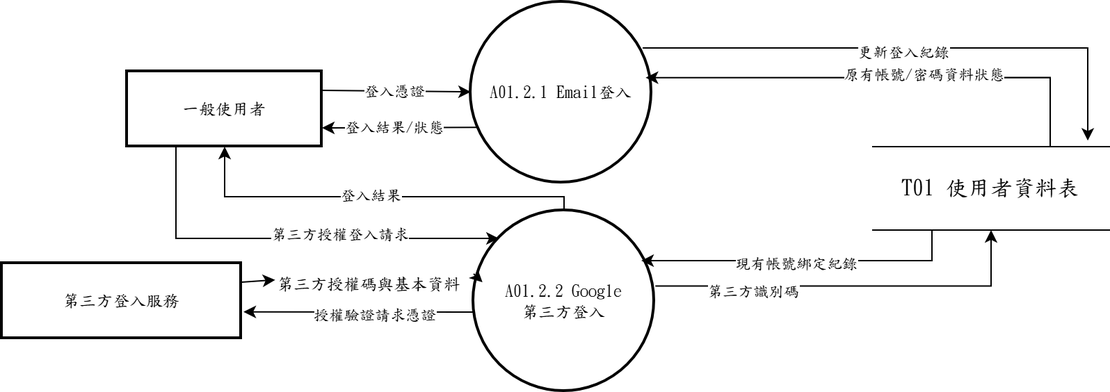
This is 系統文件/第6章/DFD圖/圖1/新/圖1-2.drawio.png from s22452007/115502, a draw.io export, as it was before one commit. Source tidied: cells renumbered, new cells last; positions are measured from the earlier drawing's top-left corner, leaving out a move shared by most shapes.
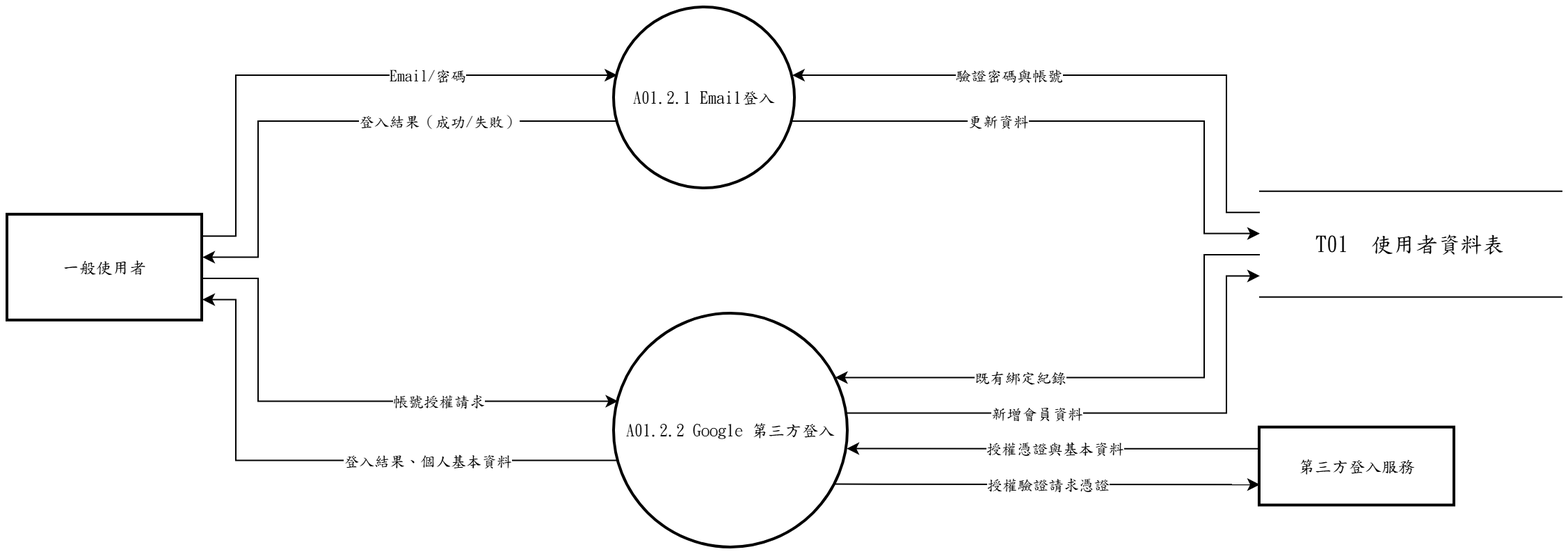
Above is the later version.

Change to the diagram source:
```diff
@@ -1,101 +1,121 @@
 <mxGraphModel>
   <root>
-    <mxCell id="0" />
-    <mxCell id="1" parent="0" />
-    <mxCell id="2" style="edgeStyle=none;rounded=0;jettySize=auto;html=1;exitX=1;exitY=0.25;exitDx=0;exitDy=0;" parent="1" edge="1" source="6" target="17">
-      <mxGeometry relative="1" as="geometry" />
-    </mxCell>
-    <mxCell id="3" value="登入憑證" style="edgeLabel;html=1;align=center;verticalAlign=middle;fontFamily=標楷體;" parent="2" vertex="1">
-      <mxGeometry x="-0.04" y="1" relative="1" as="geometry" />
-    </mxCell>
-    <mxCell id="4" style="edgeStyle=orthogonalEdgeStyle;rounded=0;jettySize=auto;html=1;exitX=0.25;exitY=1;exitDx=0;exitDy=0;" parent="1" edge="1" source="6" target="14">
-      <mxGeometry relative="1" as="geometry">
-        <Array as="points">
-          <mxPoint x="125" y="170" />
-        </Array>
-      </mxGeometry>
-    </mxCell>
-    <mxCell id="5" value="第三方授權登入請求" style="edgeLabel;html=1;align=center;verticalAlign=middle;fontFamily=標楷體;" parent="4" vertex="1">
-      <mxGeometry x="0.23" y="4" relative="1" as="geometry" />
-    </mxCell>
+    <mxCell id="28" />
+    <mxCell id="29" parent="28" />
+    <mxCell id="17" value="A01.2.1 Email登入" style="ellipse;strokeWidth=2;whiteSpace=wrap;html=1;fontFamily=標楷體;" parent="29" vertex="1">
+      <mxGeometry x="-54" y="-170" width="130" height="130" as="geometry" />
+    </mxCell>
+    <mxCell id="14" value="A01.2.2 Google 第三方登入" style="ellipse;strokeWidth=2;whiteSpace=wrap;html=1;fontFamily=標楷體;" parent="29" vertex="1">
+      <mxGeometry x="-54" y="50" width="168" height="168" as="geometry" />
+    </mxCell>
-    <mxCell id="6" value="一般使用者" style="whiteSpace=wrap;strokeWidth=2;fontFamily=標楷體;" parent="1" vertex="1">
-      <mxGeometry x="90" y="50" width="140" height="54" as="geometry" />
+    <mxCell id="6" value="一般使用者" style="whiteSpace=wrap;strokeWidth=2;html=1;fontFamily=標楷體;" parent="29" vertex="1">
+      <mxGeometry x="-490" y="-21.1" width="140" height="76" as="geometry" />
     </mxCell>
-    <mxCell id="7" value="&lt;span lang=&quot;EN-US&quot; style=&quot;font-size: 12pt;&quot;&gt;T01&amp;nbsp;&lt;/span&gt;&lt;span style=&quot;font-size: 12pt;&quot;&gt;使用者資料表&lt;/span&gt;" style="shape=partialRectangle;whiteSpace=wrap;html=1;left=0;right=0;fontFamily=標楷體;" parent="1" vertex="1">
-      <mxGeometry x="626" y="104" width="170" height="60" as="geometry" />
+    <mxCell id="7" value="T01  使用者資料表" style="shape=partialRectangle;whiteSpace=wrap;html=1;left=0;right=0;fontFamily=標楷體;fontSize=16;" parent="29" vertex="1">
+      <mxGeometry x="410" y="-38.1" width="217" height="76" as="geometry" />
     </mxCell>
-    <mxCell id="8" style="edgeStyle=none;rounded=0;jettySize=auto;html=1;exitX=0;exitY=0.5;exitDx=0;exitDy=0;entryX=1.009;entryY=0.646;entryDx=0;entryDy=0;entryPerimeter=0;" parent="1" edge="1" target="18">
-      <mxGeometry relative="1" as="geometry">
-        <mxPoint x="339" y="223" as="sourcePoint" />
-      </mxGeometry>
-    </mxCell>
+    <mxCell id="18" value="第三方登入服務" style="whiteSpace=wrap;strokeWidth=2;html=1;fontFamily=標楷體;" parent="29" vertex="1">
+      <mxGeometry x="410" y="131.8" width="140" height="56" as="geometry" />
+    </mxCell>
+    <mxCell id="2" style="edgeStyle=none;rounded=0;html=1;fontFamily=標楷體;endArrow=classic;exitX=1.0000;exitY=0.2000;exitDx=0;exitDy=0;exitPerimeter=0;entryX=0.0163;entryY=0.3733;entryDx=0;entryDy=0;entryPerimeter=0;" parent="29" edge="1" source="6" target="17">
+      <mxGeometry relative="1" as="geometry">
+        <Array as="points">
+          <mxPoint x="-326" y="-5.9" />
+          <mxPoint x="-326" y="-121.5" />
+        </Array>
+      </mxGeometry>
+    </mxCell>
+    <mxCell id="30" value="Email/密碼" style="edgeLabel;html=1;align=center;verticalAlign=middle;fontFamily=標楷體;" parent="2" vertex="1">
+      <mxGeometry x="0.34" relative="1" as="geometry" />
+    </mxCell>
+    <mxCell id="21" style="edgeStyle=none;rounded=0;html=1;fontFamily=標楷體;endArrow=classic;exitX=0.0000;exitY=0.2000;exitDx=0;exitDy=0;exitPerimeter=0;entryX=0.9837;entryY=0.3733;entryDx=0;entryDy=0;entryPerimeter=0;" parent="29" edge="1" source="7" target="17">
+      <mxGeometry relative="1" as="geometry">
+        <Array as="points">
+          <mxPoint x="386" y="-22.9" />
+          <mxPoint x="386" y="-121.5" />
+        </Array>
+      </mxGeometry>
+    </mxCell>
+    <mxCell id="31" value="驗證密碼與帳號" style="edgeLabel;html=1;align=center;verticalAlign=middle;fontFamily=標楷體;" parent="21" vertex="1">
+      <mxGeometry x="0.28" relative="1" as="geometry" />
+    </mxCell>
+    <mxCell id="15" style="edgeStyle=none;rounded=0;html=1;fontFamily=標楷體;endArrow=classic;exitX=0.0163;exitY=0.6267;exitDx=0;exitDy=0;exitPerimeter=0;entryX=1.0000;entryY=0.4000;entryDx=0;entryDy=0;entryPerimeter=0;" parent="29" edge="1" source="17" target="6">
+      <mxGeometry relative="1" as="geometry">
+        <Array as="points">
+          <mxPoint x="-310" y="-88.5" />
+          <mxPoint x="-310" y="9.3" />
+        </Array>
+      </mxGeometry>
+    </mxCell>
+    <mxCell id="32" value="登入結果（成功/失敗）" style="edgeLabel;html=1;align=center;verticalAlign=middle;fontFamily=標楷體;" parent="15" vertex="1">
+      <mxGeometry x="-0.35" relative="1" as="geometry" />
+    </mxCell>
+    <mxCell id="19" style="edgeStyle=none;rounded=0;html=1;fontFamily=標楷體;endArrow=classic;exitX=0.9837;exitY=0.6267;exitDx=0;exitDy=0;exitPerimeter=0;entryX=0.0000;entryY=0.4000;entryDx=0;entryDy=0;entryPerimeter=0;" parent="29" edge="1" source="17" target="7">
+      <mxGeometry relative="1" as="geometry">
+        <Array as="points">
+          <mxPoint x="370" y="-88.5" />
+          <mxPoint x="370" y="-7.7" />
+        </Array>
+      </mxGeometry>
+    </mxCell>
+    <mxCell id="33" value="更新資料" style="edgeLabel;html=1;align=center;verticalAlign=middle;fontFamily=標楷體;" parent="19" vertex="1">
+      <mxGeometry x="-0.29" relative="1" as="geometry" />
+    </mxCell>
+    <mxCell id="4" style="edgeStyle=none;rounded=0;html=1;fontFamily=標楷體;endArrow=classic;exitX=1.0000;exitY=0.6000;exitDx=0;exitDy=0;exitPerimeter=0;entryX=0.0163;entryY=0.3733;entryDx=0;entryDy=0;entryPerimeter=0;" parent="29" edge="1" source="6" target="14">
+      <mxGeometry relative="1" as="geometry">
+        <Array as="points">
+          <mxPoint x="-310" y="24.5" />
+          <mxPoint x="-310" y="112.7" />
+        </Array>
+      </mxGeometry>
+    </mxCell>
+    <mxCell id="34" value="帳號授權請求" style="edgeLabel;html=1;align=center;verticalAlign=middle;fontFamily=標楷體;" parent="4" vertex="1">
+      <mxGeometry x="0.33" relative="1" as="geometry" />
+    </mxCell>
+    <mxCell id="35" style="edgeStyle=none;rounded=0;html=1;fontFamily=標楷體;endArrow=classic;exitX=0.0000;exitY=0.2701;exitDx=0;exitDy=0;exitPerimeter=0;entryX=0.9942;entryY=0.5760;entryDx=0;entryDy=0;entryPerimeter=0;" parent="29" edge="1" source="18" target="14">
+      <mxGeometry relative="1" as="geometry" />
+    </mxCell>
+    <mxCell id="36" value="授權憑證與基本資料" style="edgeLabel;html=1;align=center;verticalAlign=middle;fontFamily=標楷體;" parent="35" vertex="1">
+      <mxGeometry relative="1" as="geometry" />
+    </mxCell>
+    <mxCell id="26" style="edgeStyle=none;rounded=0;html=1;fontFamily=標楷體;endArrow=classic;exitX=0.0000;exitY=0.6000;exitDx=0;exitDy=0;exitPerimeter=0;entryX=0.9450;entryY=0.2720;entryDx=0;entryDy=0;entryPerimeter=0;" parent="29" edge="1" source="7" target="14">
+      <mxGeometry relative="1" as="geometry">
+        <Array as="points">
+          <mxPoint x="370" y="7.5" />
+          <mxPoint x="370" y="95.7" />
+        </Array>
+      </mxGeometry>
+    </mxCell>
+    <mxCell id="37" value="既有綁定紀錄" style="edgeLabel;html=1;align=center;verticalAlign=middle;fontFamily=標楷體;" parent="26" vertex="1">
+      <mxGeometry x="0.33" relative="1" as="geometry" />
+    </mxCell>
+    <mxCell id="12" style="edgeStyle=none;rounded=0;html=1;fontFamily=標楷體;endArrow=classic;exitX=0.0163;exitY=0.6267;exitDx=0;exitDy=0;exitPerimeter=0;entryX=1.0000;entryY=0.8000;entryDx=0;entryDy=0;entryPerimeter=0;" parent="29" edge="1" source="14" target="6">
+      <mxGeometry relative="1" as="geometry">
+        <Array as="points">
+          <mxPoint x="-326" y="155.3" />
+          <mxPoint x="-326" y="39.7" />
+        </Array>
+      </mxGeometry>
+    </mxCell>
+    <mxCell id="38" value="登入結果、個人基本資料" style="edgeLabel;html=1;align=center;verticalAlign=middle;fontFamily=標楷體;" parent="12" vertex="1">
+      <mxGeometry x="-0.34" relative="1" as="geometry" />
+    </mxCell>
+    <mxCell id="39" style="edgeStyle=none;rounded=0;html=1;fontFamily=標楷體;endArrow=classic;exitX=0.9450;exitY=0.7280;exitDx=0;exitDy=0;exitPerimeter=0;entryX=0.0000;entryY=0.7299;entryDx=0;entryDy=0;entryPerimeter=0;" parent="29" edge="1" source="14" target="18">
+      <mxGeometry relative="1" as="geometry" />
+    </mxCell>
-    <mxCell id="9" value="授權驗證請求憑證" style="edgeLabel;html=1;align=center;verticalAlign=middle;fontFamily=標楷體;" parent="8" vertex="1">
-      <mxGeometry x="-0.32" y="2" relative="1" as="geometry">
-        <mxPoint x="-14" as="offset" />
-      </mxGeometry>
+    <mxCell id="9" value="授權驗證請求憑證" style="edgeLabel;html=1;align=center;verticalAlign=middle;fontFamily=標楷體;" parent="39" vertex="1">
+      <mxGeometry relative="1" as="geometry" />
     </mxCell>
-    <mxCell id="10" style="edgeStyle=orthogonalEdgeStyle;rounded=0;jettySize=auto;html=1;exitX=1.005;exitY=0.417;exitDx=0;exitDy=0;entryX=0.5;entryY=1;entryDx=0;entryDy=0;exitPerimeter=0;" parent="1" edge="1" source="14" target="7">
-      <mxGeometry relative="1" as="geometry" />
+    <mxCell id="10" style="edgeStyle=none;rounded=0;html=1;fontFamily=標楷體;endArrow=classic;exitX=0.9942;exitY=0.4240;exitDx=0;exitDy=0;exitPerimeter=0;entryX=0.0000;entryY=0.8000;entryDx=0;entryDy=0;entryPerimeter=0;" parent="29" edge="1" source="14" target="7">
+      <mxGeometry relative="1" as="geometry">
+        <Array as="points">
+          <mxPoint x="386" y="121.2" />
+          <mxPoint x="386" y="22.7" />
+        </Array>
+      </mxGeometry>
     </mxCell>
-    <mxCell id="11" value="第三方識別碼" style="edgeLabel;html=1;align=center;verticalAlign=middle;fontFamily=標楷體;" parent="10" vertex="1">
-      <mxGeometry x="-0.5" y="-3" relative="1" as="geometry" />
-    </mxCell>
-    <mxCell id="12" style="edgeStyle=orthogonalEdgeStyle;rounded=0;jettySize=auto;html=1;exitX=0.5;exitY=0;exitDx=0;exitDy=0;entryX=0.5;entryY=1;entryDx=0;entryDy=0;" parent="1" edge="1" source="14" target="6">
-      <mxGeometry relative="1" as="geometry">
-        <Array as="points">
-          <mxPoint x="404" y="140" />
-          <mxPoint x="160" y="140" />
-        </Array>
-      </mxGeometry>
-    </mxCell>
-    <mxCell id="13" value="登入結果" style="edgeLabel;html=1;align=center;verticalAlign=middle;fontFamily=標楷體;" parent="12" vertex="1">
-      <mxGeometry x="0.03" y="-2" relative="1" as="geometry" />
-    </mxCell>
-    <mxCell id="14" value="A01.2.2 Google&#10;第三方登入" style="ellipse;strokeWidth=2;whiteSpace=wrap;fontFamily=標楷體;" parent="1" vertex="1">
-      <mxGeometry x="339" y="150" width="130" height="130" as="geometry" />
-    </mxCell>
-    <mxCell id="15" style="edgeStyle=none;rounded=0;jettySize=auto;html=1;exitX=0.031;exitY=0.693;exitDx=0;exitDy=0;exitPerimeter=0;entryX=1;entryY=0.75;entryDx=0;entryDy=0;" parent="1" edge="1" source="17" target="6">
-      <mxGeometry relative="1" as="geometry" />
-    </mxCell>
-    <mxCell id="16" value="登入結果/狀態" style="edgeLabel;html=1;align=center;verticalAlign=middle;fontFamily=標楷體;" parent="15" vertex="1">
-      <mxGeometry x="0.08" y="-1" relative="1" as="geometry" />
-    </mxCell>
-    <mxCell id="17" value="A01.2.1 Email登入" style="ellipse;strokeWidth=2;whiteSpace=wrap;fontFamily=標楷體;" parent="1" vertex="1">
-      <mxGeometry x="337" width="130" height="130" as="geometry" />
-    </mxCell>
-    <mxCell id="18" value="第三方登入服務" style="whiteSpace=wrap;strokeWidth=2;fontFamily=標楷體;" parent="1" vertex="1">
-      <mxGeometry y="188" width="172" height="54" as="geometry" />
-    </mxCell>
-    <mxCell id="19" style="edgeStyle=orthogonalEdgeStyle;rounded=0;jettySize=auto;html=1;exitX=0.95;exitY=0.254;exitDx=0;exitDy=0;entryX=0.909;entryY=-0.072;entryDx=0;entryDy=0;entryPerimeter=0;exitPerimeter=0;" parent="1" edge="1" source="17" target="7">
-      <mxGeometry relative="1" as="geometry">
-        <Array as="points">
-          <mxPoint x="780" y="33" />
-        </Array>
-      </mxGeometry>
-    </mxCell>
-    <mxCell id="20" value="更新登入紀錄" style="edgeLabel;html=1;align=center;verticalAlign=middle;fontFamily=標楷體;" parent="19" vertex="1">
-      <mxGeometry x="-0.03" y="-2" relative="1" as="geometry" />
-    </mxCell>
-    <mxCell id="21" style="edgeStyle=orthogonalEdgeStyle;rounded=0;jettySize=auto;html=1;exitX=0.75;exitY=0;exitDx=0;exitDy=0;entryX=0.967;entryY=0.418;entryDx=0;entryDy=0;entryPerimeter=0;" parent="1" edge="1" source="7" target="17">
-      <mxGeometry relative="1" as="geometry" />
-    </mxCell>
-    <mxCell id="22" value="原有帳號/密碼資料狀態" style="edgeLabel;html=1;align=center;verticalAlign=middle;fontFamily=標楷體;" parent="21" vertex="1">
-      <mxGeometry x="-0.17" y="-3" relative="1" as="geometry" />
-    </mxCell>
-    <mxCell id="23" style="edgeStyle=none;rounded=0;jettySize=auto;html=1;exitX=1;exitY=0.25;exitDx=0;exitDy=0;entryX=0.049;entryY=0.396;entryDx=0;entryDy=0;entryPerimeter=0;" parent="1" edge="1" source="25" target="14">
-      <mxGeometry relative="1" as="geometry" />
-    </mxCell>
-    <mxCell id="24" style="edgeStyle=none;rounded=0;jettySize=auto;html=1;exitX=1;exitY=0.25;exitDx=0;exitDy=0;entryX=0.049;entryY=0.396;entryDx=0;entryDy=0;entryPerimeter=0;" parent="1" edge="1" source="18" target="25">
-      <mxGeometry relative="1" as="geometry" />
-    </mxCell>
-    <mxCell id="25" value="第三方授權碼與基本資料" style="text;html=1;whiteSpace=wrap;strokeColor=none;fillColor=none;align=center;verticalAlign=middle;rounded=0;fontFamily=標楷體;" parent="1" vertex="1">
-      <mxGeometry x="189" y="188" width="150" height="30" as="geometry" />
-    </mxCell>
-    <mxCell id="26" style="edgeStyle=orthogonalEdgeStyle;rounded=0;jettySize=auto;html=1;exitX=0.25;exitY=1;exitDx=0;exitDy=0;entryX=0.927;entryY=0.277;entryDx=0;entryDy=0;entryPerimeter=0;" parent="1" edge="1" source="7" target="14">
-      <mxGeometry relative="1" as="geometry" />
-    </mxCell>
-    <mxCell id="27" value="現有帳號綁定紀錄" style="edgeLabel;html=1;align=center;verticalAlign=middle;fontFamily=標楷體;" parent="26" vertex="1">
-      <mxGeometry x="0.04" y="1" relative="1" as="geometry" />
-    </mxCell>
+    <mxCell id="40" value="新增會員資料" style="edgeLabel;html=1;align=center;verticalAlign=middle;fontFamily=標楷體;" parent="10" vertex="1">
+      <mxGeometry x="-0.31" relative="1" as="geometry" />
+    </mxCell>
   </root>
 </mxGraphModel>
```
